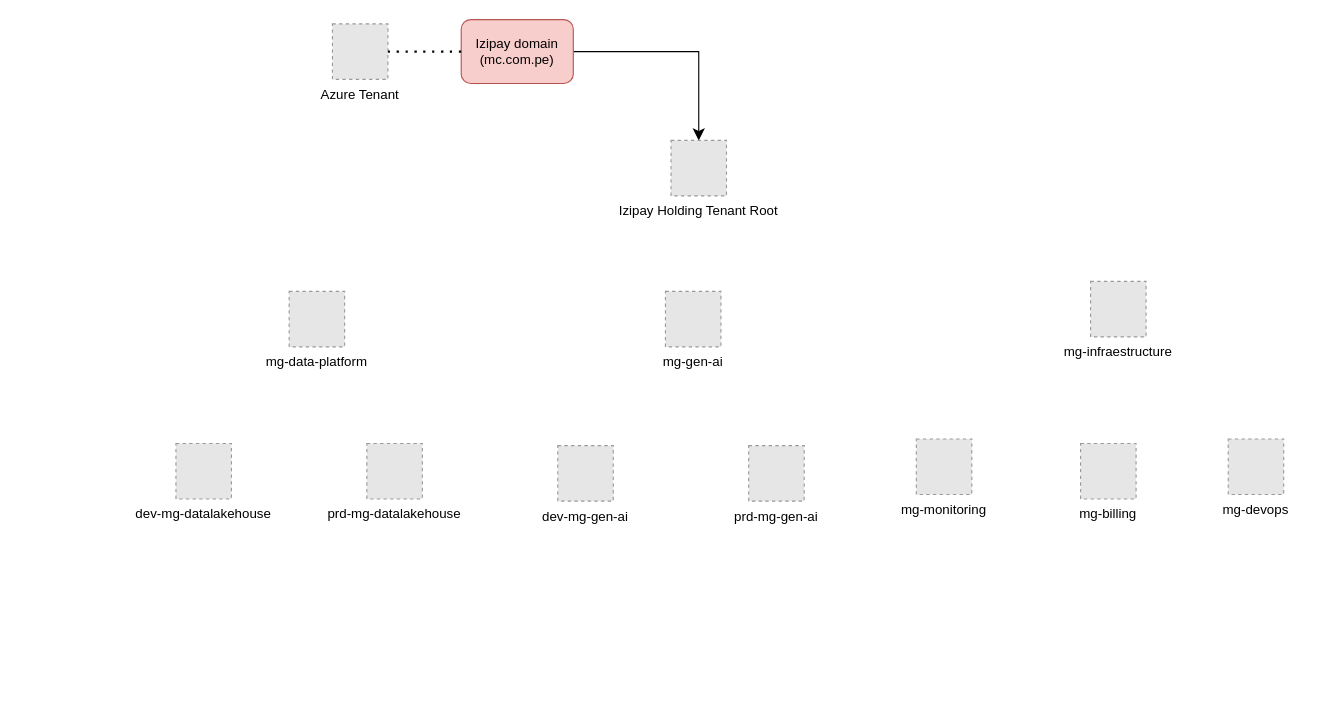
The draw.io diagram Arquitectura Azure.drawio in jcdiazz/Diagramas, before the edit. Source tidied: cells renumbered, new cells numbered last; positions are measured from the earlier drawing's top-left corner, leaving out a move shared by most shapes. Both pictures are drawn from the tidied source at 111%, with x=0, y=0 at pixel (175, 19). Pictures stored in the file or linked from it are replaced by grey dashed boxes.
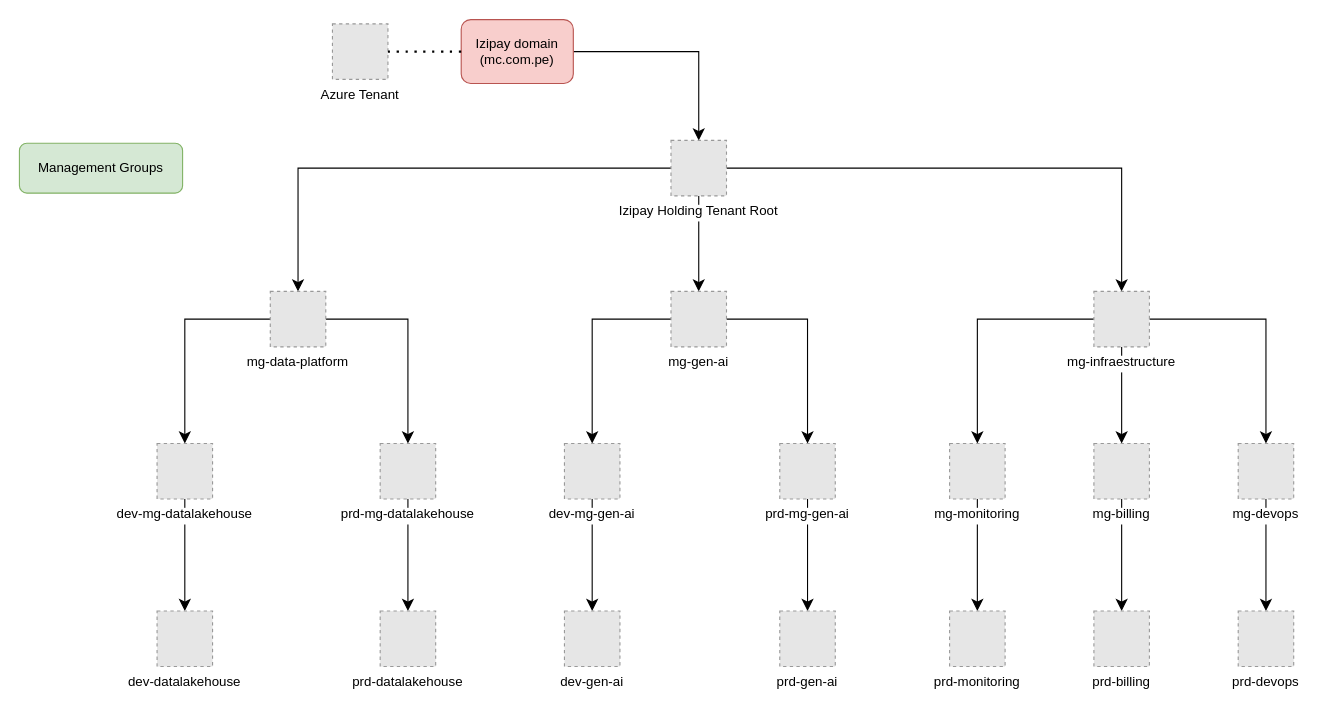
Above is the later version.

Unchanged cells that the change refers to:
```xml
<mxCell id="6" value="Izipay Holding Tenant Root" style="fillColor=#E6E6E6;strokeColor=#999999;dashed=1;verticalLabelPosition=bottom;labelBackgroundColor=default;verticalAlign=top;rotation=0;" parent="1" vertex="1">
  <mxGeometry x="446" y="109" width="50" height="50" as="geometry" />
</mxCell>
```

The edit, as a diff of the source:
```diff
@@
+    <mxCell id="17" style="edgeStyle=orthogonalEdgeStyle;rounded=0;jettySize=auto;html=1;entryX=0.5;entryY=0;entryDx=0;entryDy=0;fontSize=12;startSize=8;endSize=8;" parent="1" edge="1" source="6" target="7">
+      <mxGeometry relative="1" as="geometry" />
+    </mxCell>
+    <mxCell id="18" style="edgeStyle=orthogonalEdgeStyle;rounded=0;jettySize=auto;html=1;entryX=0.5;entryY=0;entryDx=0;entryDy=0;fontSize=12;startSize=8;endSize=8;" parent="1" edge="1" source="6" target="9">
+      <mxGeometry relative="1" as="geometry" />
+    </mxCell>
+    <mxCell id="19" style="edgeStyle=none;curved=1;rounded=0;jettySize=auto;html=1;fontSize=12;startSize=8;endSize=8;" parent="1" edge="1" source="6" target="8">
+      <mxGeometry relative="1" as="geometry" />
+    </mxCell>
@@
+    <mxCell id="20" style="edgeStyle=orthogonalEdgeStyle;rounded=0;jettySize=auto;html=1;entryX=0.5;entryY=0;entryDx=0;entryDy=0;fontSize=12;startSize=8;endSize=8;" parent="1" edge="1" source="7" target="10">
+      <mxGeometry relative="1" as="geometry" />
+    </mxCell>
+    <mxCell id="21" style="edgeStyle=orthogonalEdgeStyle;rounded=0;jettySize=auto;html=1;entryX=0.5;entryY=0;entryDx=0;entryDy=0;fontSize=12;startSize=8;endSize=8;" parent="1" edge="1" source="7" target="11">
+      <mxGeometry relative="1" as="geometry" />
+    </mxCell>
     <mxCell id="7" value="mg-data-platform" style="fillColor=#E6E6E6;strokeColor=#999999;dashed=1;verticalLabelPosition=bottom;labelBackgroundColor=default;verticalAlign=top;rotation=0;" parent="1" vertex="1">
-      <mxGeometry x="102" y="245" width="50" height="50" as="geometry" />
+      <mxGeometry x="85" y="245" width="50" height="50" as="geometry" />
     </mxCell>
+    <mxCell id="22" style="edgeStyle=orthogonalEdgeStyle;rounded=0;jettySize=auto;html=1;entryX=0.5;entryY=0;entryDx=0;entryDy=0;fontSize=12;startSize=8;endSize=8;" parent="1" edge="1" source="8" target="12">
+      <mxGeometry relative="1" as="geometry" />
+    </mxCell>
+    <mxCell id="23" style="edgeStyle=orthogonalEdgeStyle;rounded=0;jettySize=auto;html=1;entryX=0.5;entryY=0;entryDx=0;entryDy=0;fontSize=12;startSize=8;endSize=8;" parent="1" edge="1" source="8" target="13">
+      <mxGeometry relative="1" as="geometry" />
+    </mxCell>
     <mxCell id="8" value="mg-gen-ai" style="fillColor=#E6E6E6;strokeColor=#999999;dashed=1;verticalLabelPosition=bottom;labelBackgroundColor=default;verticalAlign=top;rotation=0;" parent="1" vertex="1">
-      <mxGeometry x="441" y="245" width="50" height="50" as="geometry" />
+      <mxGeometry x="446" y="245" width="50" height="50" as="geometry" />
     </mxCell>
+    <mxCell id="24" style="edgeStyle=orthogonalEdgeStyle;rounded=0;jettySize=auto;html=1;entryX=0.5;entryY=0;entryDx=0;entryDy=0;fontSize=12;startSize=8;endSize=8;" parent="1" edge="1" source="9" target="14">
+      <mxGeometry relative="1" as="geometry" />
+    </mxCell>
+    <mxCell id="25" style="edgeStyle=orthogonalEdgeStyle;rounded=0;jettySize=auto;html=1;entryX=0.5;entryY=0;entryDx=0;entryDy=0;fontSize=12;startSize=8;endSize=8;" parent="1" edge="1" source="9" target="16">
+      <mxGeometry relative="1" as="geometry" />
+    </mxCell>
+    <mxCell id="26" style="edgeStyle=none;curved=1;rounded=0;jettySize=auto;html=1;entryX=0.5;entryY=0;entryDx=0;entryDy=0;fontSize=12;startSize=8;endSize=8;" parent="1" edge="1" source="9" target="15">
+      <mxGeometry relative="1" as="geometry" />
+    </mxCell>
     <mxCell id="9" value="mg-infraestructure" style="fillColor=#E6E6E6;strokeColor=#999999;dashed=1;verticalLabelPosition=bottom;labelBackgroundColor=default;verticalAlign=top;rotation=0;" parent="1" vertex="1">
-      <mxGeometry x="824" y="236" width="50" height="50" as="geometry" />
+      <mxGeometry x="827" y="245" width="50" height="50" as="geometry" />
     </mxCell>
+    <mxCell id="27" style="edgeStyle=none;curved=1;rounded=0;jettySize=auto;html=1;entryX=0.5;entryY=0;entryDx=0;entryDy=0;fontSize=12;startSize=8;endSize=8;" parent="1" edge="1" source="10" target="34">
+      <mxGeometry relative="1" as="geometry" />
+    </mxCell>
     <mxCell id="10" value="dev-mg-datalakehouse" style="fillColor=#E6E6E6;strokeColor=#999999;dashed=1;verticalLabelPosition=bottom;labelBackgroundColor=default;verticalAlign=top;rotation=0;" parent="1" vertex="1">
-      <mxGeometry y="382" width="50" height="50" as="geometry" />
+      <mxGeometry x="-17" y="382" width="50" height="50" as="geometry" />
     </mxCell>
+    <mxCell id="28" style="edgeStyle=none;curved=1;rounded=0;jettySize=auto;html=1;entryX=0.5;entryY=0;entryDx=0;entryDy=0;fontSize=12;startSize=8;endSize=8;" parent="1" edge="1" source="11" target="35">
+      <mxGeometry relative="1" as="geometry" />
+    </mxCell>
     <mxCell id="11" value="prd-mg-datalakehouse" style="fillColor=#E6E6E6;strokeColor=#999999;dashed=1;verticalLabelPosition=bottom;labelBackgroundColor=default;verticalAlign=top;rotation=0;" parent="1" vertex="1">
-      <mxGeometry x="172" y="382" width="50" height="50" as="geometry" />
+      <mxGeometry x="184" y="382" width="50" height="50" as="geometry" />
     </mxCell>
+    <mxCell id="29" style="edgeStyle=none;curved=1;rounded=0;jettySize=auto;html=1;entryX=0.5;entryY=0;entryDx=0;entryDy=0;fontSize=12;startSize=8;endSize=8;" parent="1" edge="1" source="12" target="36">
+      <mxGeometry relative="1" as="geometry" />
+    </mxCell>
     <mxCell id="12" value="dev-mg-gen-ai" style="fillColor=#E6E6E6;strokeColor=#999999;dashed=1;verticalLabelPosition=bottom;labelBackgroundColor=default;verticalAlign=top;rotation=0;" parent="1" vertex="1">
-      <mxGeometry x="344" y="384" width="50" height="50" as="geometry" />
+      <mxGeometry x="350" y="382" width="50" height="50" as="geometry" />
     </mxCell>
+    <mxCell id="30" style="edgeStyle=none;curved=1;rounded=0;jettySize=auto;html=1;fontSize=12;startSize=8;endSize=8;entryX=0.5;entryY=0;entryDx=0;entryDy=0;" parent="1" edge="1" source="13" target="37">
+      <mxGeometry relative="1" as="geometry" />
+    </mxCell>
     <mxCell id="13" value="prd-mg-gen-ai" style="fillColor=#E6E6E6;strokeColor=#999999;dashed=1;verticalLabelPosition=bottom;labelBackgroundColor=default;verticalAlign=top;rotation=0;" parent="1" vertex="1">
-      <mxGeometry x="516" y="384" width="50" height="50" as="geometry" />
+      <mxGeometry x="544" y="382" width="50" height="50" as="geometry" />
     </mxCell>
+    <mxCell id="31" style="edgeStyle=none;curved=1;rounded=0;jettySize=auto;html=1;entryX=0.5;entryY=0;entryDx=0;entryDy=0;fontSize=12;startSize=8;endSize=8;" parent="1" edge="1" source="14" target="38">
+      <mxGeometry relative="1" as="geometry" />
+    </mxCell>
     <mxCell id="14" value="mg-monitoring" style="fillColor=#E6E6E6;strokeColor=#999999;dashed=1;verticalLabelPosition=bottom;labelBackgroundColor=default;verticalAlign=top;rotation=0;" parent="1" vertex="1">
-      <mxGeometry x="667" y="378" width="50" height="50" as="geometry" />
+      <mxGeometry x="697" y="382" width="50" height="50" as="geometry" />
     </mxCell>
+    <mxCell id="32" style="edgeStyle=none;curved=1;rounded=0;jettySize=auto;html=1;entryX=0.5;entryY=0;entryDx=0;entryDy=0;fontSize=12;startSize=8;endSize=8;" parent="1" edge="1" source="15" target="39">
+      <mxGeometry relative="1" as="geometry" />
+    </mxCell>
     <mxCell id="15" value="mg-billing" style="fillColor=#E6E6E6;strokeColor=#999999;dashed=1;verticalLabelPosition=bottom;labelBackgroundColor=default;verticalAlign=top;rotation=0;" parent="1" vertex="1">
-      <mxGeometry x="815" y="382" width="50" height="50" as="geometry" />
+      <mxGeometry x="827" y="382" width="50" height="50" as="geometry" />
     </mxCell>
+    <mxCell id="33" style="edgeStyle=none;curved=1;rounded=0;jettySize=auto;html=1;entryX=0.5;entryY=0;entryDx=0;entryDy=0;fontSize=12;startSize=8;endSize=8;" parent="1" edge="1" source="16" target="40">
+      <mxGeometry relative="1" as="geometry" />
+    </mxCell>
     <mxCell id="16" value="mg-devops" style="fillColor=#E6E6E6;strokeColor=#999999;dashed=1;verticalLabelPosition=bottom;labelBackgroundColor=default;verticalAlign=top;rotation=0;" parent="1" vertex="1">
-      <mxGeometry x="948" y="378" width="50" height="50" as="geometry" />
+      <mxGeometry x="957" y="382" width="50" height="50" as="geometry" />
     </mxCell>
+    <mxCell id="34" value="dev-datalakehouse" style="fillColor=#E6E6E6;strokeColor=#999999;dashed=1;verticalLabelPosition=bottom;labelBackgroundColor=default;verticalAlign=top;rotation=0;" parent="1" vertex="1">
+      <mxGeometry x="-17" y="533" width="50" height="50" as="geometry" />
+    </mxCell>
+    <mxCell id="35" value="prd-datalakehouse" style="fillColor=#E6E6E6;strokeColor=#999999;dashed=1;verticalLabelPosition=bottom;labelBackgroundColor=default;verticalAlign=top;rotation=0;" parent="1" vertex="1">
+      <mxGeometry x="184" y="533" width="50" height="50" as="geometry" />
+    </mxCell>
+    <mxCell id="36" value="dev-gen-ai" style="fillColor=#E6E6E6;strokeColor=#999999;dashed=1;verticalLabelPosition=bottom;labelBackgroundColor=default;verticalAlign=top;rotation=0;" parent="1" vertex="1">
+      <mxGeometry x="350" y="533" width="50" height="50" as="geometry" />
+    </mxCell>
+    <mxCell id="37" value="prd-gen-ai" style="fillColor=#E6E6E6;strokeColor=#999999;dashed=1;verticalLabelPosition=bottom;labelBackgroundColor=default;verticalAlign=top;rotation=0;" parent="1" vertex="1">
+      <mxGeometry x="544" y="533" width="50" height="50" as="geometry" />
+    </mxCell>
+    <mxCell id="38" value="prd-monitoring" style="fillColor=#E6E6E6;strokeColor=#999999;dashed=1;verticalLabelPosition=bottom;labelBackgroundColor=default;verticalAlign=top;rotation=0;" parent="1" vertex="1">
+      <mxGeometry x="697" y="533" width="50" height="50" as="geometry" />
+    </mxCell>
+    <mxCell id="39" value="prd-billing" style="fillColor=#E6E6E6;strokeColor=#999999;dashed=1;verticalLabelPosition=bottom;labelBackgroundColor=default;verticalAlign=top;rotation=0;" parent="1" vertex="1">
+      <mxGeometry x="827" y="533" width="50" height="50" as="geometry" />
+    </mxCell>
+    <mxCell id="40" value="prd-devops" style="fillColor=#E6E6E6;strokeColor=#999999;dashed=1;verticalLabelPosition=bottom;labelBackgroundColor=default;verticalAlign=top;rotation=0;" parent="1" vertex="1">
+      <mxGeometry x="957" y="533" width="50" height="50" as="geometry" />
+    </mxCell>
+    <mxCell id="41" value="Management Groups" style="rounded=1;whiteSpace=wrap;html=1;fillColor=#d5e8d4;strokeColor=#82b366;" parent="1" vertex="1">
+      <mxGeometry x="-141" y="111.5" width="147" height="45" as="geometry" />
+    </mxCell>
```
